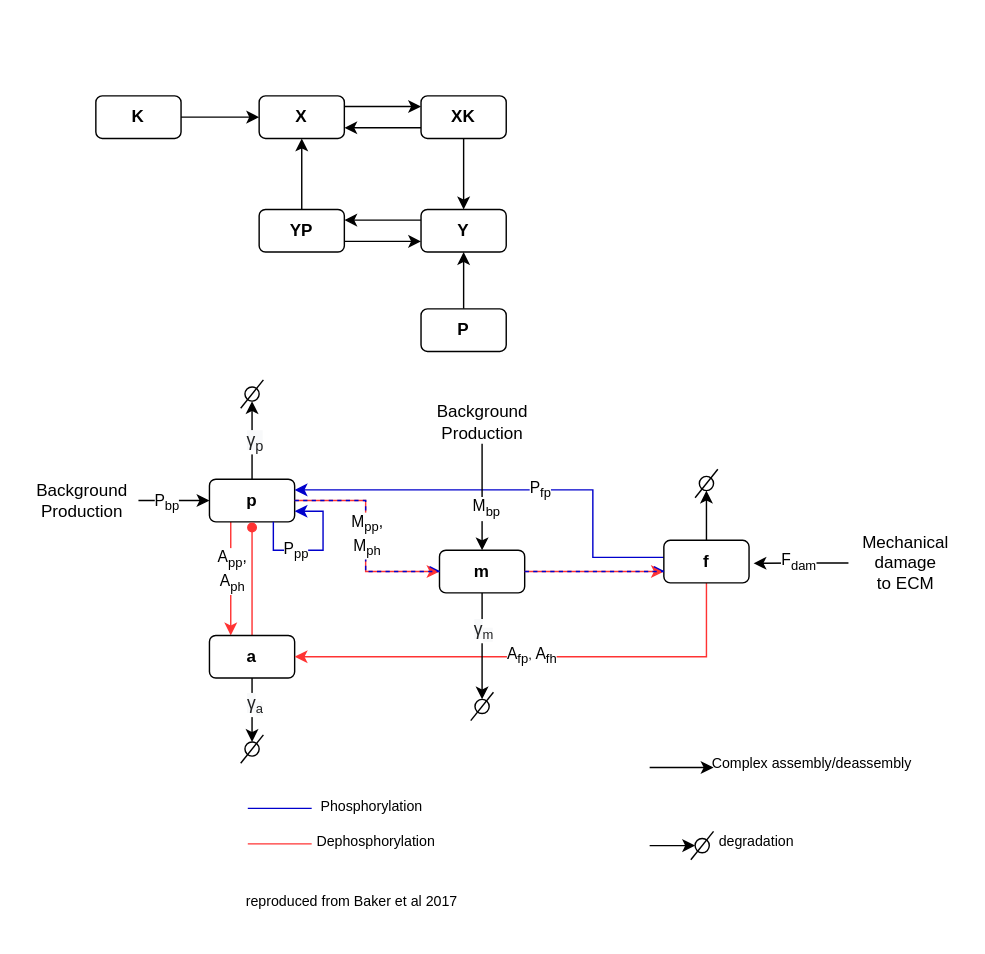
This is diagrams/Model1.drawio from explodecomputer/DynaMR, a draw.io file, before an edit. Source tidied: cells renumbered, new cells numbered last; positions are measured from the earlier drawing's top-left corner, leaving out a move shared by most shapes. Both pictures are drawn from the tidied source at 142%, with x=0, y=0 at pixel (24, 95).
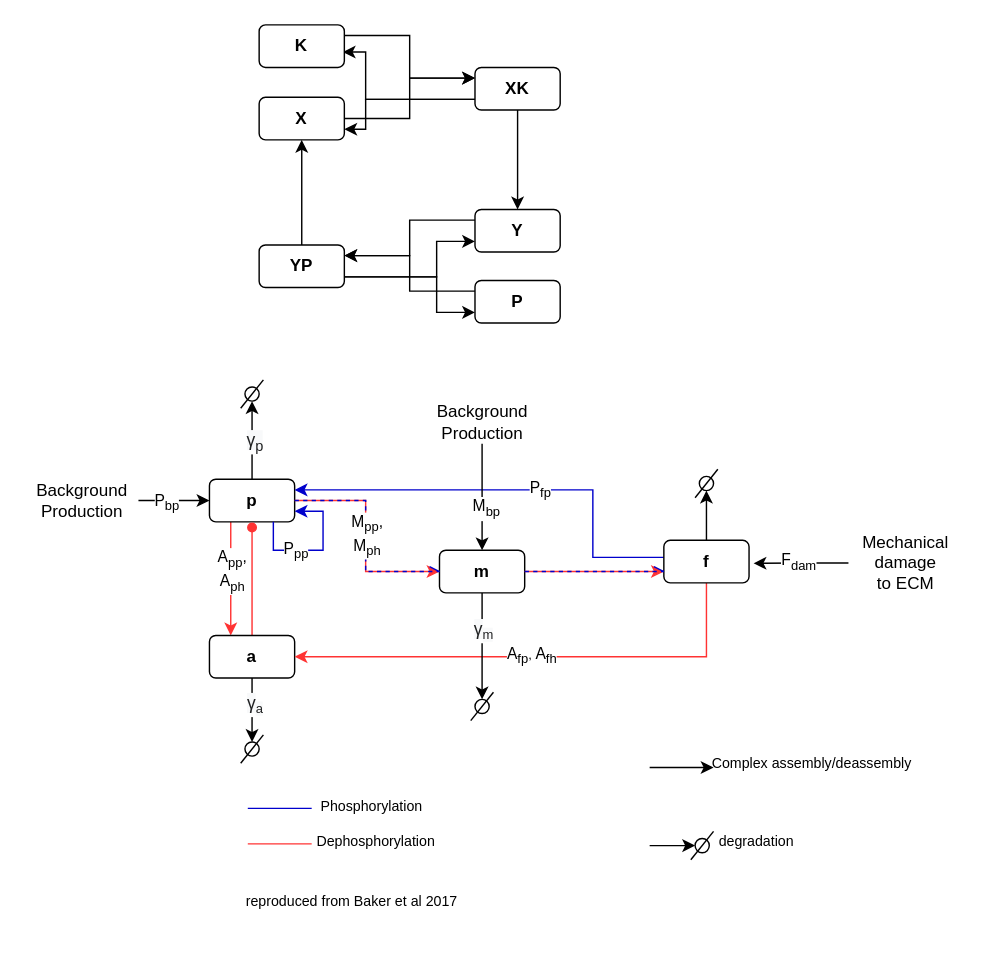
Above is the later version.

What changed in the source:
```diff
@@
-    <mxCell id="55" style="edgeStyle=orthogonalEdgeStyle;rounded=0;jettySize=auto;html=1;exitX=1;exitY=0.25;exitDx=0;exitDy=0;entryX=0;entryY=0.25;entryDx=0;entryDy=0;" parent="1" edge="1" source="56" target="59">
+    <mxCell id="55" style="edgeStyle=orthogonalEdgeStyle;rounded=0;jettySize=auto;html=1;exitX=1;exitY=0.5;exitDx=0;exitDy=0;entryX=0;entryY=0.25;entryDx=0;entryDy=0;" parent="1" edge="1" source="56" target="59">
       <mxGeometry relative="1" as="geometry" />
     </mxCell>
     <mxCell id="56" value="&lt;b&gt;X&lt;/b&gt;" style="rounded=1;whiteSpace=wrap;html=1;" parent="1" vertex="1">
-      <mxGeometry x="165" width="60" height="30" as="geometry" />
+      <mxGeometry x="165" y="1" width="60" height="30" as="geometry" />
     </mxCell>
+    <mxCell id="58" style="edgeStyle=orthogonalEdgeStyle;rounded=0;jettySize=auto;html=1;exitX=0.5;exitY=1;exitDx=0;exitDy=0;entryX=0.5;entryY=0;entryDx=0;entryDy=0;" parent="1" edge="1" source="59" target="64">
+      <mxGeometry relative="1" as="geometry" />
+    </mxCell>
+    <mxCell id="69" style="edgeStyle=orthogonalEdgeStyle;rounded=0;jettySize=auto;html=1;exitX=0;exitY=0.75;exitDx=0;exitDy=0;entryX=0.981;entryY=0.638;entryDx=0;entryDy=0;entryPerimeter=0;" parent="1" edge="1" source="59" target="66">
+      <mxGeometry relative="1" as="geometry">
+        <Array as="points">
+          <mxPoint x="240" y="3" />
+          <mxPoint x="240" y="-31" />
+        </Array>
+      </mxGeometry>
+    </mxCell>
     <mxCell id="57" style="edgeStyle=orthogonalEdgeStyle;rounded=0;jettySize=auto;html=1;exitX=0;exitY=0.75;exitDx=0;exitDy=0;entryX=1;entryY=0.75;entryDx=0;entryDy=0;" parent="1" edge="1" source="59" target="56">
-      <mxGeometry relative="1" as="geometry" />
+      <mxGeometry relative="1" as="geometry">
+        <Array as="points">
+          <mxPoint x="240" y="3" />
+          <mxPoint x="240" y="23" />
+        </Array>
+      </mxGeometry>
     </mxCell>
-    <mxCell id="58" style="edgeStyle=orthogonalEdgeStyle;rounded=0;jettySize=auto;html=1;exitX=0.5;exitY=1;exitDx=0;exitDy=0;entryX=0.5;entryY=0;entryDx=0;entryDy=0;" parent="1" edge="1" source="59" target="64">
-      <mxGeometry relative="1" as="geometry" />
-    </mxCell>
     <mxCell id="59" value="&lt;b&gt;XK&lt;/b&gt;" style="rounded=1;whiteSpace=wrap;html=1;" parent="1" vertex="1">
-      <mxGeometry x="279" width="60" height="30" as="geometry" />
+      <mxGeometry x="317" y="-20" width="60" height="30" as="geometry" />
     </mxCell>
+    <mxCell id="61" style="edgeStyle=orthogonalEdgeStyle;rounded=0;jettySize=auto;html=1;exitX=0.5;exitY=0;exitDx=0;exitDy=0;entryX=0.5;entryY=1;entryDx=0;entryDy=0;" parent="1" edge="1" source="62" target="56">
+      <mxGeometry relative="1" as="geometry" />
+    </mxCell>
     <mxCell id="60" style="edgeStyle=orthogonalEdgeStyle;rounded=0;jettySize=auto;html=1;exitX=1;exitY=0.75;exitDx=0;exitDy=0;entryX=0;entryY=0.75;entryDx=0;entryDy=0;" parent="1" edge="1" source="62" target="64">
-      <mxGeometry relative="1" as="geometry" />
+      <mxGeometry relative="1" as="geometry">
+        <Array as="points">
+          <mxPoint x="290" y="128" />
+          <mxPoint x="290" y="103" />
+        </Array>
+      </mxGeometry>
     </mxCell>
-    <mxCell id="61" style="edgeStyle=orthogonalEdgeStyle;rounded=0;jettySize=auto;html=1;exitX=0.5;exitY=0;exitDx=0;exitDy=0;entryX=0.5;entryY=1;entryDx=0;entryDy=0;" parent="1" edge="1" source="62" target="56">
-      <mxGeometry relative="1" as="geometry" />
-    </mxCell>
+    <mxCell id="70" style="edgeStyle=orthogonalEdgeStyle;rounded=0;jettySize=auto;html=1;exitX=1;exitY=0.75;exitDx=0;exitDy=0;entryX=0;entryY=0.75;entryDx=0;entryDy=0;" parent="1" edge="1" source="62" target="68">
+      <mxGeometry relative="1" as="geometry">
+        <Array as="points">
+          <mxPoint x="290" y="128" />
+          <mxPoint x="290" y="153" />
+        </Array>
+      </mxGeometry>
+    </mxCell>
     <mxCell id="62" value="&lt;b&gt;YP&lt;/b&gt;" style="rounded=1;whiteSpace=wrap;html=1;" parent="1" vertex="1">
-      <mxGeometry x="165" y="80" width="60" height="30" as="geometry" />
+      <mxGeometry x="165" y="105" width="60" height="30" as="geometry" />
     </mxCell>
@@
     <mxCell id="64" value="&lt;b&gt;Y&lt;/b&gt;" style="rounded=1;whiteSpace=wrap;html=1;" parent="1" vertex="1">
-      <mxGeometry x="279" y="80" width="60" height="30" as="geometry" />
+      <mxGeometry x="317" y="80" width="60" height="30" as="geometry" />
     </mxCell>
-    <mxCell id="65" style="edgeStyle=orthogonalEdgeStyle;rounded=0;jettySize=auto;html=1;exitX=1;exitY=0.5;exitDx=0;exitDy=0;entryX=0;entryY=0.5;entryDx=0;entryDy=0;" parent="1" edge="1" source="66" target="56">
+    <mxCell id="65" style="edgeStyle=orthogonalEdgeStyle;rounded=0;jettySize=auto;html=1;exitX=1;exitY=0.25;exitDx=0;exitDy=0;entryX=0;entryY=0.25;entryDx=0;entryDy=0;" parent="1" edge="1" source="66" target="59">
       <mxGeometry relative="1" as="geometry" />
     </mxCell>
     <mxCell id="66" value="&lt;b&gt;K&lt;/b&gt;" style="rounded=1;whiteSpace=wrap;html=1;" parent="1" vertex="1">
-      <mxGeometry x="50" width="60" height="30" as="geometry" />
+      <mxGeometry x="165" y="-50" width="60" height="30" as="geometry" />
     </mxCell>
-    <mxCell id="67" style="edgeStyle=orthogonalEdgeStyle;rounded=0;jettySize=auto;html=1;exitX=0.5;exitY=0;exitDx=0;exitDy=0;" parent="1" edge="1" source="68" target="64">
-      <mxGeometry relative="1" as="geometry" />
-    </mxCell>
+    <mxCell id="71" style="edgeStyle=orthogonalEdgeStyle;rounded=0;jettySize=auto;html=1;exitX=0;exitY=0.25;exitDx=0;exitDy=0;entryX=1;entryY=0.25;entryDx=0;entryDy=0;" parent="1" edge="1" source="68" target="62">
+      <mxGeometry relative="1" as="geometry" />
+    </mxCell>
     <mxCell id="68" value="&lt;b&gt;P&lt;/b&gt;" style="rounded=1;whiteSpace=wrap;html=1;" parent="1" vertex="1">
-      <mxGeometry x="279" y="150" width="60" height="30" as="geometry" />
+      <mxGeometry x="317" y="130" width="60" height="30" as="geometry" />
     </mxCell>
```
